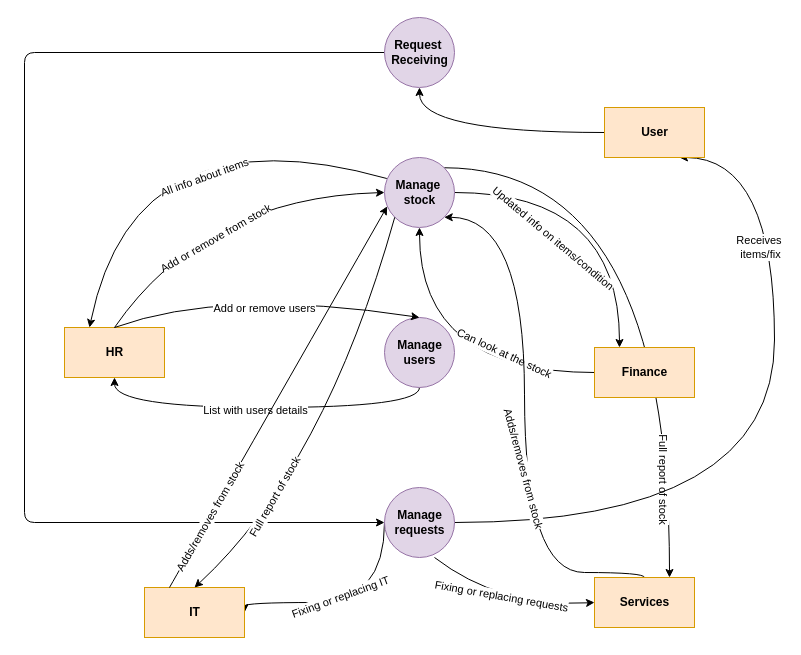
kjahaj/Inventory-system-Door-7-guys. keeps this draw.io diagram as DFD/DFD Level 1.drawio.xml. Above is the earlier version. Source tidied: cells renumbered, new cells numbered last; positions are measured from the earlier drawing's top-left corner, leaving out a move shared by most shapes. Both pictures are drawn from the tidied source at 100%, with x=0, y=0 at pixel (24, 17).
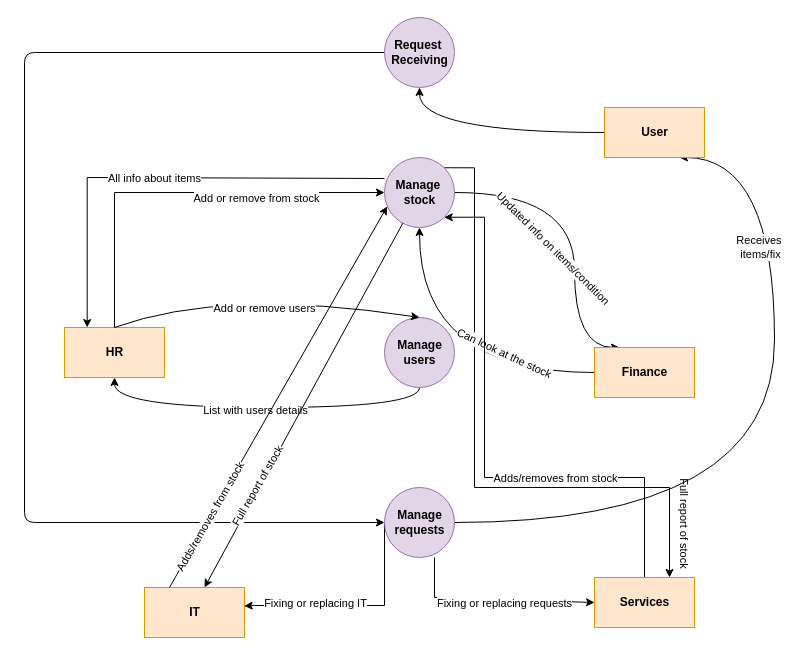
The same diagram, later.

The change refers to these unchanged cells:
```xml
<mxCell id="6" value="&lt;b&gt;Manage&amp;nbsp;&lt;br&gt;stock&lt;br&gt;&lt;/b&gt;" style="shape=ellipse;html=1;dashed=0;whitespace=wrap;perimeter=ellipsePerimeter;fillColor=#e1d5e7;strokeColor=#9673a6;" parent="1" vertex="1">
  <mxGeometry x="360" y="140" width="70" height="70" as="geometry" />
</mxCell>
<mxCell id="14" value="&lt;b&gt;Manage &lt;br&gt;requests&lt;br&gt;&lt;/b&gt;" style="shape=ellipse;html=1;dashed=0;whitespace=wrap;perimeter=ellipsePerimeter;fillColor=#e1d5e7;strokeColor=#9673a6;" parent="1" vertex="1">
  <mxGeometry x="360" y="470" width="70" height="70" as="geometry" />
</mxCell>
<mxCell id="15" value="&lt;b&gt;HR&lt;/b&gt;" style="html=1;dashed=0;whitespace=wrap;fillColor=#ffe6cc;strokeColor=#d79b00;" parent="1" vertex="1">
  <mxGeometry x="40" y="310" width="100" height="50" as="geometry" />
</mxCell>
<mxCell id="28" value="&lt;b&gt;Finance&lt;/b&gt;" style="html=1;dashed=0;whitespace=wrap;fillColor=#ffe6cc;strokeColor=#d79b00;" parent="1" vertex="1">
  <mxGeometry x="570" y="330" width="100" height="50" as="geometry" />
</mxCell>
<mxCell id="31" value="&lt;b&gt;Services&lt;/b&gt;" style="html=1;dashed=0;whitespace=wrap;fillColor=#ffe6cc;strokeColor=#d79b00;" parent="1" vertex="1">
  <mxGeometry x="570" y="560" width="100" height="50" as="geometry" />
</mxCell>
<mxCell id="34" value="&lt;b&gt;IT&lt;/b&gt;" style="html=1;dashed=0;whitespace=wrap;fillColor=#ffe6cc;strokeColor=#d79b00;" parent="1" vertex="1">
  <mxGeometry x="120" y="570" width="100" height="50" as="geometry" />
</mxCell>
```

The edit, as a diff of the source:
```diff
@@
     <mxCell id="2" style="edgeStyle=orthogonalEdgeStyle;curved=1;jettySize=auto;html=1;entryX=0.25;entryY=0;entryDx=0;entryDy=0;" parent="1" edge="1" source="6" target="28">
-      <mxGeometry relative="1" as="geometry" />
+      <mxGeometry relative="1" as="geometry">
+        <Array as="points">
+          <mxPoint x="550" y="175" />
+          <mxPoint x="550" y="330" />
+        </Array>
+      </mxGeometry>
     </mxCell>
-    <mxCell id="3" value="Updated info on items/condition" style="edgeLabel;html=1;align=center;verticalAlign=middle;rotation=40;" parent="2" vertex="1">
+    <mxCell id="3" value="Updated info on items/condition" style="edgeLabel;html=1;align=center;verticalAlign=middle;rotation=45;" parent="2" vertex="1">
       <mxGeometry x="-0.33" y="-24" relative="1" as="geometry">
-        <mxPoint x="-8" y="21" as="offset" />
+        <mxPoint x="-8" y="31" as="offset" />
       </mxGeometry>
     </mxCell>
-    <mxCell id="4" style="edgeStyle=orthogonalEdgeStyle;curved=1;jettySize=auto;html=1;exitX=1;exitY=0;exitDx=0;exitDy=0;entryX=0.75;entryY=0;entryDx=0;entryDy=0;" parent="1" edge="1" source="6" target="31">
-      <mxGeometry relative="1" as="geometry" />
+    <mxCell id="4" style="edgeStyle=orthogonalEdgeStyle;jettySize=auto;html=1;exitX=1;exitY=0;exitDx=0;exitDy=0;entryX=0.75;entryY=0;entryDx=0;entryDy=0;rounded=0;" parent="1" edge="1" source="6" target="31">
+      <mxGeometry relative="1" as="geometry">
+        <Array as="points">
+          <mxPoint x="450" y="150" />
+          <mxPoint x="450" y="470" />
+          <mxPoint x="645" y="470" />
+        </Array>
+      </mxGeometry>
     </mxCell>
     <mxCell id="5" value="Full report of stock" style="edgeLabel;html=1;align=center;verticalAlign=middle;rotation=90;" parent="4" vertex="1">
       <mxGeometry x="0.63" y="-7" relative="1" as="geometry">
-        <mxPoint x="2" y="19" as="offset" />
+        <mxPoint x="44" y="28" as="offset" />
       </mxGeometry>
     </mxCell>
@@
-    <mxCell id="12" style="edgeStyle=orthogonalEdgeStyle;jettySize=auto;html=1;entryX=1;entryY=0.5;entryDx=0;entryDy=0;curved=1;" parent="1" edge="1" source="14" target="34">
+    <mxCell id="12" style="edgeStyle=orthogonalEdgeStyle;jettySize=auto;html=1;entryX=0.997;entryY=0.369;entryDx=0;entryDy=0;rounded=0;entryPerimeter=0;" parent="1" edge="1" source="14" target="34">
       <mxGeometry relative="1" as="geometry">
         <Array as="points">
-          <mxPoint x="360" y="585" />
+          <mxPoint x="360" y="588" />
+          <mxPoint x="230" y="588" />
         </Array>
       </mxGeometry>
     </mxCell>
-    <mxCell id="13" value="Fixing or replacing IT" style="edgeLabel;html=1;align=center;verticalAlign=middle;rotation=-20;" parent="12" vertex="1">
+    <mxCell id="13" value="Fixing or replacing IT" style="edgeLabel;html=1;align=center;verticalAlign=middle;rotation=0;" parent="12" vertex="1">
       <mxGeometry x="0.09" y="-14" relative="1" as="geometry">
-        <mxPoint y="9" as="offset" />
+        <mxPoint x="-31" y="11" as="offset" />
       </mxGeometry>
     </mxCell>
@@
-    <mxCell id="18" style="endArrow=classic;html=1;curved=1;entryX=0;entryY=0.5;entryDx=0;entryDy=0;" parent="1" edge="1" target="6">
+    <mxCell id="18" style="endArrow=classic;html=1;entryX=0;entryY=0.5;entryDx=0;entryDy=0;rounded=0;" parent="1" edge="1" target="6">
       <mxGeometry relative="1" as="geometry">
         <mxPoint x="90" y="310" as="sourcePoint" />
         <Array as="points">
-          <mxPoint x="180" y="180" />
+          <mxPoint x="90" y="175" />
         </Array>
       </mxGeometry>
     </mxCell>
-    <mxCell id="19" value="Add or remove from stock" style="edgeLabel;html=1;align=center;verticalAlign=middle;rotation=-30;" parent="18" vertex="1">
+    <mxCell id="19" value="Add or remove from stock" style="edgeLabel;html=1;align=center;verticalAlign=middle;rotation=0;" parent="18" vertex="1">
       <mxGeometry x="0.05" y="-31" relative="1" as="geometry">
-        <mxPoint x="-10" y="10" as="offset" />
+        <mxPoint x="63" y="-26" as="offset" />
       </mxGeometry>
     </mxCell>
-    <mxCell id="20" style="endArrow=classic;html=1;curved=1;exitX=0.033;exitY=0.3;exitDx=0;exitDy=0;exitPerimeter=0;entryX=0.25;entryY=0;entryDx=0;entryDy=0;" parent="1" edge="1" source="6" target="15">
+    <mxCell id="20" style="endArrow=classic;html=1;exitX=0.033;exitY=0.3;exitDx=0;exitDy=0;exitPerimeter=0;entryX=0.25;entryY=0;entryDx=0;entryDy=0;rounded=0;" parent="1" edge="1">
       <mxGeometry relative="1" as="geometry">
+        <mxPoint x="360" y="161" as="sourcePoint" />
+        <mxPoint x="62.7" y="310" as="targetPoint" />
         <Array as="points">
-          <mxPoint x="110" y="90" />
+          <mxPoint x="62.7" y="160" />
         </Array>
       </mxGeometry>
     </mxCell>
-    <mxCell id="21" value="All info about items" style="edgeLabel;html=1;align=center;verticalAlign=middle;rotation=-20;" parent="20" vertex="1">
+    <mxCell id="21" value="All info about items" style="edgeLabel;html=1;align=center;verticalAlign=middle;rotation=0;" parent="20" vertex="1">
       <mxGeometry x="-0.26" y="42" relative="1" as="geometry">
-        <mxPoint x="2" y="7" as="offset" />
+        <mxPoint x="-64" y="-42" as="offset" />
       </mxGeometry>
     </mxCell>
@@
-    <mxCell id="29" style="edgeStyle=orthogonalEdgeStyle;jettySize=auto;html=1;entryX=1;entryY=1;entryDx=0;entryDy=0;curved=1;" parent="1" edge="1" source="31" target="6">
+    <mxCell id="29" style="edgeStyle=orthogonalEdgeStyle;jettySize=auto;html=1;entryX=1;entryY=1;entryDx=0;entryDy=0;rounded=0;" parent="1" edge="1" source="31" target="6">
       <mxGeometry relative="1" as="geometry">
         <Array as="points">
-          <mxPoint x="500" y="555" />
-          <mxPoint x="500" y="200" />
+          <mxPoint x="620" y="460" />
+          <mxPoint x="460" y="460" />
+          <mxPoint x="460" y="200" />
         </Array>
       </mxGeometry>
     </mxCell>
-    <mxCell id="30" value="Adds/removes from stock" style="edgeLabel;html=1;align=center;verticalAlign=middle;rotation=75;" parent="29" vertex="1">
+    <mxCell id="30" value="Adds/removes from stock" style="edgeLabel;html=1;align=center;verticalAlign=middle;rotation=0;" parent="29" vertex="1">
       <mxGeometry x="-0.16" y="1" relative="1" as="geometry">
-        <mxPoint x="1" y="5" as="offset" />
+        <mxPoint x="45" y="-1" as="offset" />
       </mxGeometry>
     </mxCell>
@@
-    <mxCell id="32" style="endArrow=classic;html=1;curved=1;exitX=0.5;exitY=1;exitDx=0;exitDy=0;entryX=0;entryY=0.5;entryDx=0;entryDy=0;" parent="1" edge="1" target="31">
+    <mxCell id="32" style="endArrow=classic;html=1;exitX=0.5;exitY=1;exitDx=0;exitDy=0;entryX=0;entryY=0.5;entryDx=0;entryDy=0;rounded=0;" parent="1" edge="1" target="31">
       <mxGeometry relative="1" as="geometry">
         <mxPoint x="410" y="540" as="sourcePoint" />
         <Array as="points">
-          <mxPoint x="475" y="590" />
+          <mxPoint x="410" y="580" />
         </Array>
       </mxGeometry>
     </mxCell>
-    <mxCell id="33" value="Fixing or replacing requests" style="edgeLabel;html=1;align=center;verticalAlign=middle;rotation=10;" parent="32" vertex="1">
+    <mxCell id="33" value="Fixing or replacing requests" style="edgeLabel;html=1;align=center;verticalAlign=middle;rotation=0;" parent="32" vertex="1">
       <mxGeometry x="0.08" y="-15" relative="1" as="geometry">
-        <mxPoint x="-13" y="-26" as="offset" />
+        <mxPoint x="2" y="-12" as="offset" />
       </mxGeometry>
     </mxCell>
@@
-    <mxCell id="35" style="endArrow=classic;html=1;curved=1;exitX=0;exitY=1;exitDx=0;exitDy=0;entryX=0.5;entryY=0;entryDx=0;entryDy=0;" parent="1" edge="1" source="6" target="34">
+    <mxCell id="35" style="endArrow=classic;html=1;entryX=0.5;entryY=0;entryDx=0;entryDy=0;rounded=0;" parent="1" edge="1" source="6">
       <mxGeometry relative="1" as="geometry">
-        <Array as="points">
-          <mxPoint x="300" y="450" />
-        </Array>
+        <mxPoint x="180" y="570" as="targetPoint" />
       </mxGeometry>
     </mxCell>
     <mxCell id="36" value="Full report of stock" style="edgeLabel;html=1;align=center;verticalAlign=middle;rotation=-60;" parent="35" vertex="1">
       <mxGeometry x="0.56" y="-3" relative="1" as="geometry">
-        <mxPoint x="11" y="-23" as="offset" />
+        <mxPoint x="11" y="-19" as="offset" />
       </mxGeometry>
     </mxCell>
```
